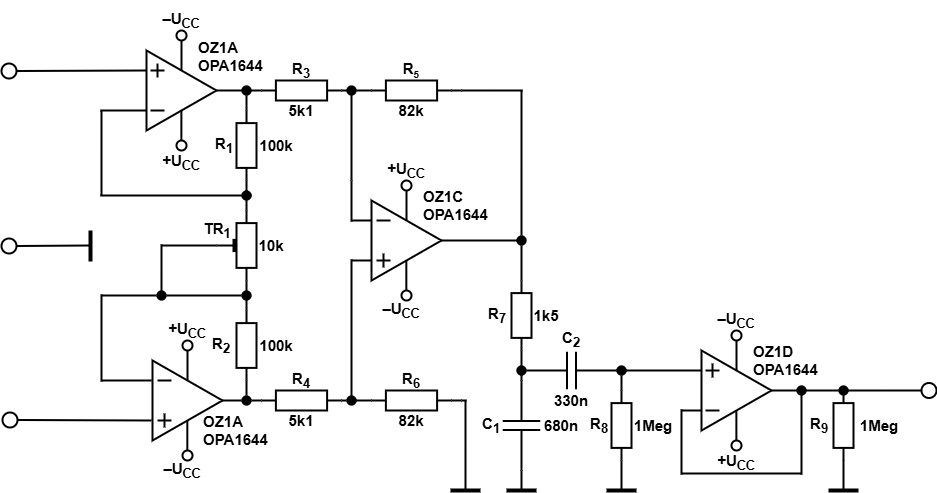
MarosFandel/Digital-elektronics-1 keeps this draw.io diagram as Untitled Diagram.drawio.png. Above is the earlier version. Source tidied: cells renumbered, new cells last; positions are measured from the earlier drawing's top-left corner, leaving out a move shared by most shapes.
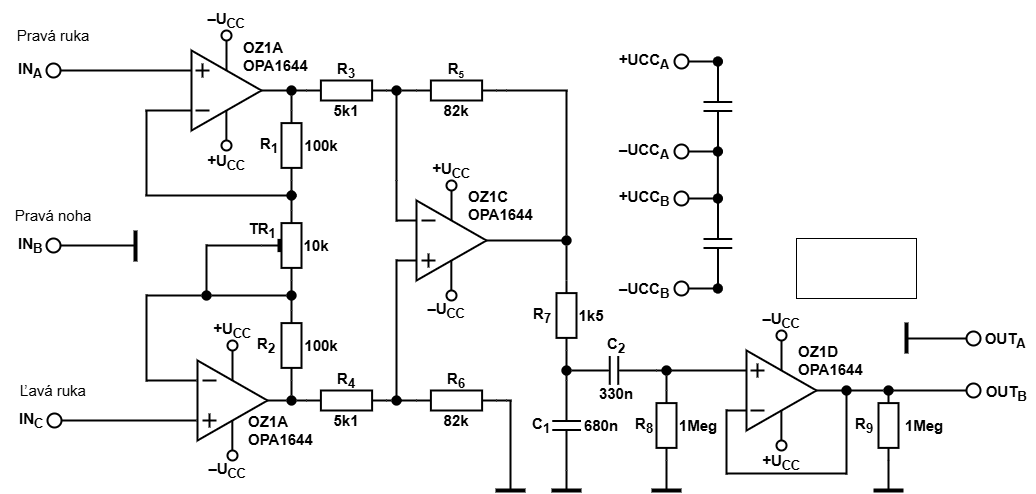
Later version of the same file.

Diff of the diagram source:
```diff
@@ -112,13 +112,13 @@
       <mxGeometry x="270" y="405" width="60" height="30" as="geometry" />
     </mxCell>
     <mxCell id="29" style="ellipse;whiteSpace=wrap;html=1;strokeWidth=2;perimeterSpacing=0;" parent="1" vertex="1">
-      <mxGeometry y="63" width="15" height="15" as="geometry" />
+      <mxGeometry y="63" width="14" height="14" as="geometry" />
     </mxCell>
     <mxCell id="30" style="endArrow=none;html=1;rounded=0;entryX=0;entryY=0.25;entryDx=0;entryDy=0;exitX=1;exitY=0.5;exitDx=0;exitDy=0;strokeWidth=2;" parent="1" edge="1" source="29" target="38">
       <mxGeometry relative="1" as="geometry" />
     </mxCell>
     <mxCell id="31" style="ellipse;whiteSpace=wrap;html=1;strokeWidth=2;" parent="1" vertex="1">
-      <mxGeometry x="1" y="412" width="15" height="15" as="geometry" />
+      <mxGeometry x="1" y="413" width="14" height="14" as="geometry" />
     </mxCell>
     <mxCell id="32" style="endArrow=none;html=1;rounded=0;entryX=0;entryY=0.75;entryDx=0;entryDy=0;exitX=1;exitY=0.5;exitDx=0;exitDy=0;strokeWidth=2;" parent="1" edge="1" source="31">
       <mxGeometry relative="1" as="geometry">
@@ -126,7 +126,7 @@
       </mxGeometry>
     </mxCell>
     <mxCell id="33" style="ellipse;whiteSpace=wrap;html=1;strokeWidth=2;" parent="1" vertex="1">
-      <mxGeometry y="238" width="15" height="15" as="geometry" />
+      <mxGeometry y="238" width="14" height="14" as="geometry" />
     </mxCell>
     <mxCell id="34" style="endArrow=none;html=1;rounded=0;entryX=1;entryY=0.5;entryDx=0;entryDy=0;strokeWidth=2;" parent="1" edge="1" target="33">
       <mxGeometry relative="1" as="geometry">
@@ -503,7 +503,7 @@
       <mxGeometry x="52" y="20" width="60" height="30" as="geometry" />
     </mxCell>
     <mxCell id="122" style="group;" parent="1" vertex="1">
-      <mxGeometry x="468" y="280" width="112" height="70" as="geometry" />
+      <mxGeometry x="468" y="280" width="132" height="80" as="geometry" />
     </mxCell>
     <mxCell id="123" style="verticalLabelPosition=bottom;shadow=0;dashed=0;align=center;html=1;verticalAlign=top;shape=mxgraph.electrical.resistors.resistor_1;direction=south;strokeWidth=2;" parent="122" vertex="1">
       <mxGeometry x="42" width="20" height="70" as="geometry" />
@@ -514,13 +514,16 @@
     <mxCell id="125" value="&lt;b&gt;&lt;font style=&quot;font-size: 15px;&quot;&gt;1k5&lt;/font&gt;&lt;/b&gt;" style="text;html=1;align=center;verticalAlign=middle;whiteSpace=wrap;rounded=0;" parent="122" vertex="1">
       <mxGeometry x="47" y="20" width="60" height="30" as="geometry" />
     </mxCell>
+    <mxCell id="176" value="&lt;font style=&quot;font-size: 15px;&quot;&gt;&lt;b&gt;C&lt;sub style=&quot;&quot;&gt;2&lt;/sub&gt;&lt;/b&gt;&lt;/font&gt;" style="text;html=1;align=center;verticalAlign=middle;whiteSpace=wrap;rounded=0;" parent="122" vertex="1">
+      <mxGeometry x="72" y="50" width="60" height="30" as="geometry" />
+    </mxCell>
     <mxCell id="126" style="endArrow=none;html=1;rounded=0;exitX=0.5;exitY=0;exitDx=0;exitDy=0;strokeWidth=2;" parent="1" edge="1" source="132">
       <mxGeometry relative="1" as="geometry">
         <mxPoint x="520" y="90" as="targetPoint" />
       </mxGeometry>
     </mxCell>
     <mxCell id="127" style="verticalLabelPosition=bottom;shadow=0;dashed=0;align=center;html=1;verticalAlign=top;shape=mxgraph.electrical.capacitors.capacitor_1;strokeWidth=2;direction=south;" parent="1" vertex="1">
-      <mxGeometry x="501.2" y="380" width="37.5" height="90" as="geometry" />
+      <mxGeometry x="505.6" y="380" width="28.8" height="90" as="geometry" />
     </mxCell>
     <mxCell id="128" style="endArrow=none;html=1;rounded=0;entryX=1;entryY=0.5;entryDx=0;entryDy=0;entryPerimeter=0;strokeWidth=2;exitX=0.5;exitY=1;exitDx=0;exitDy=0;" parent="1" edge="1" source="134" target="123">
       <mxGeometry relative="1" as="geometry" />
@@ -549,13 +552,13 @@
       <mxGeometry x="515" y="365" width="10" height="10" as="geometry" />
     </mxCell>
     <mxCell id="135" value="&lt;b&gt;&lt;font style=&quot;font-size: 15px;&quot;&gt;C&lt;sub&gt;1&lt;/sub&gt;&lt;/font&gt;&lt;/b&gt;" style="text;html=1;align=center;verticalAlign=middle;whiteSpace=wrap;rounded=0;" parent="1" vertex="1">
-      <mxGeometry x="460" y="410" width="60" height="30" as="geometry" />
+      <mxGeometry x="465" y="410" width="60" height="30" as="geometry" />
     </mxCell>
     <mxCell id="136" value="&lt;b&gt;&lt;font style=&quot;font-size: 15px;&quot;&gt;680n&lt;/font&gt;&lt;/b&gt;" style="text;html=1;align=center;verticalAlign=middle;whiteSpace=wrap;rounded=0;" parent="1" vertex="1">
-      <mxGeometry x="530" y="410" width="60" height="30" as="geometry" />
+      <mxGeometry x="525" y="410" width="60" height="30" as="geometry" />
     </mxCell>
     <mxCell id="137" style="verticalLabelPosition=bottom;shadow=0;dashed=0;align=center;html=1;verticalAlign=top;shape=mxgraph.electrical.capacitors.capacitor_1;strokeWidth=2;direction=west;" parent="1" vertex="1">
-      <mxGeometry x="525" y="351.2" width="90" height="37.5" as="geometry" />
+      <mxGeometry x="525" y="355.6" width="85" height="28.8" as="geometry" />
     </mxCell>
     <mxCell id="138" style="ellipse;fillColor=strokeColor;html=1;strokeWidth=0;" parent="1" vertex="1">
       <mxGeometry x="615" y="365" width="10" height="10" as="geometry" />
@@ -716,17 +719,124 @@
     <mxCell id="175" style="ellipse;fillColor=strokeColor;html=1;strokeWidth=0;" parent="1" vertex="1">
       <mxGeometry x="795" y="385" width="10" height="10" as="geometry" />
     </mxCell>
-    <mxCell id="176" value="&lt;font style=&quot;font-size: 15px;&quot;&gt;&lt;b&gt;C&lt;sub style=&quot;&quot;&gt;2&lt;/sub&gt;&lt;/b&gt;&lt;/font&gt;" style="text;html=1;align=center;verticalAlign=middle;whiteSpace=wrap;rounded=0;" parent="1" vertex="1">
-      <mxGeometry x="540" y="324" width="60" height="30" as="geometry" />
-    </mxCell>
     <mxCell id="177" value="&lt;b&gt;&lt;font style=&quot;font-size: 15px;&quot;&gt;330n&lt;/font&gt;&lt;/b&gt;" style="text;html=1;align=center;verticalAlign=middle;whiteSpace=wrap;rounded=0;" parent="1" vertex="1">
-      <mxGeometry x="540" y="385" width="60" height="30" as="geometry" />
+      <mxGeometry x="540" y="378" width="60" height="30" as="geometry" />
     </mxCell>
     <mxCell id="178" style="ellipse;whiteSpace=wrap;html=1;strokeWidth=2;" parent="1" vertex="1">
-      <mxGeometry x="920" y="382.5" width="15" height="15" as="geometry" />
+      <mxGeometry x="920" y="383" width="14" height="14" as="geometry" />
     </mxCell>
     <mxCell id="179" style="endArrow=none;html=1;rounded=0;entryX=0;entryY=0.5;entryDx=0;entryDy=0;exitX=1;exitY=0.5;exitDx=0;exitDy=0;fontSize=11;spacing=14;strokeWidth=2;" parent="1" edge="1" source="172" target="178">
       <mxGeometry relative="1" as="geometry" />
     </mxCell>
+    <mxCell id="180" value="&lt;font style=&quot;font-size: 15px;&quot;&gt;&lt;b&gt;OUT&lt;sub&gt;B&lt;/sub&gt;&lt;/b&gt;&lt;/font&gt;" style="text;html=1;align=center;verticalAlign=middle;whiteSpace=wrap;rounded=0;" parent="1" vertex="1">
+      <mxGeometry x="930" y="378" width="60" height="30" as="geometry" />
+    </mxCell>
+    <mxCell id="181" style="endArrow=none;html=1;rounded=0;strokeWidth=4;" parent="1" edge="1">
+      <mxGeometry relative="1" as="geometry">
+        <mxPoint x="860" y="353" as="sourcePoint" />
+        <mxPoint x="860" y="322" as="targetPoint" />
+      </mxGeometry>
+    </mxCell>
+    <mxCell id="182" style="endArrow=none;html=1;rounded=0;entryX=0;entryY=0.5;entryDx=0;entryDy=0;strokeWidth=2;" parent="1" edge="1" target="190">
+      <mxGeometry relative="1" as="geometry">
+        <mxPoint x="860" y="338" as="sourcePoint" />
+      </mxGeometry>
+    </mxCell>
+    <mxCell id="183" value="&lt;span style=&quot;font-size: 15px;&quot;&gt;&lt;b&gt;IN&lt;sub&gt;A&lt;/sub&gt;&lt;/b&gt;&lt;/span&gt;" style="text;html=1;align=center;verticalAlign=middle;whiteSpace=wrap;rounded=0;" parent="1" vertex="1">
+      <mxGeometry x="-46" y="55" width="60" height="30" as="geometry" />
+    </mxCell>
+    <mxCell id="184" value="&lt;span style=&quot;font-size: 15px;&quot;&gt;&lt;b&gt;IN&lt;sub&gt;B&lt;/sub&gt;&lt;/b&gt;&lt;/span&gt;" style="text;html=1;align=center;verticalAlign=middle;whiteSpace=wrap;rounded=0;" parent="1" vertex="1">
+      <mxGeometry x="-46" y="230" width="60" height="30" as="geometry" />
+    </mxCell>
+    <mxCell id="185" value="&lt;span style=&quot;font-size: 15px;&quot;&gt;&lt;b&gt;IN&lt;sub&gt;C&lt;/sub&gt;&lt;/b&gt;&lt;/span&gt;" style="text;html=1;align=center;verticalAlign=middle;whiteSpace=wrap;rounded=0;" parent="1" vertex="1">
+      <mxGeometry x="-45" y="405" width="60" height="30" as="geometry" />
+    </mxCell>
+    <mxCell id="186" value="&lt;font style=&quot;font-size: 15px;&quot;&gt;Pravá&amp;nbsp;&lt;/font&gt;&lt;span style=&quot;font-size: 15px; background-color: transparent; color: light-dark(rgb(0, 0, 0), rgb(255, 255, 255));&quot;&gt;ruka&lt;/span&gt;" style="text;html=1;align=center;verticalAlign=middle;whiteSpace=wrap;rounded=0;" parent="1" vertex="1">
+      <mxGeometry x="-34" y="20" width="82" height="30" as="geometry" />
+    </mxCell>
+    <mxCell id="187" value="&lt;font style=&quot;font-size: 15px;&quot;&gt;Pravá noha&lt;/font&gt;" style="text;html=1;align=center;verticalAlign=middle;whiteSpace=wrap;rounded=0;" parent="1" vertex="1">
+      <mxGeometry x="-34" y="200" width="82" height="30" as="geometry" />
+    </mxCell>
+    <mxCell id="188" value="&lt;font style=&quot;font-size: 15px;&quot;&gt;Ľavá&amp;nbsp;&lt;/font&gt;&lt;span style=&quot;font-size: 15px; background-color: transparent; color: light-dark(rgb(0, 0, 0), rgb(255, 255, 255));&quot;&gt;ruka&lt;/span&gt;" style="text;html=1;align=center;verticalAlign=middle;whiteSpace=wrap;rounded=0;" parent="1" vertex="1">
+      <mxGeometry x="-34" y="375" width="82" height="30" as="geometry" />
+    </mxCell>
+    <mxCell id="189" style="group;" parent="1" vertex="1">
+      <mxGeometry x="920" y="325" width="69" height="30" as="geometry" />
+    </mxCell>
+    <mxCell id="190" style="ellipse;whiteSpace=wrap;html=1;strokeWidth=2;" parent="189" vertex="1">
+      <mxGeometry y="6" width="14" height="14" as="geometry" />
+    </mxCell>
+    <mxCell id="191" value="&lt;font style=&quot;font-size: 15px;&quot;&gt;&lt;b&gt;OUT&lt;sub&gt;A&lt;/sub&gt;&lt;/b&gt;&lt;/font&gt;" style="text;html=1;align=center;verticalAlign=middle;whiteSpace=wrap;rounded=0;" parent="189" vertex="1">
+      <mxGeometry x="9" width="60" height="30" as="geometry" />
+    </mxCell>
+    <mxCell id="192" style="ellipse;whiteSpace=wrap;html=1;strokeWidth=2;" parent="1" vertex="1">
+      <mxGeometry x="628" y="54" width="14" height="14" as="geometry" />
+    </mxCell>
+    <mxCell id="193" value="&lt;span style=&quot;font-size: 15px;&quot;&gt;&lt;b&gt;+UCC&lt;sub&gt;A&lt;/sub&gt;&lt;/b&gt;&lt;/span&gt;" style="text;html=1;align=center;verticalAlign=middle;whiteSpace=wrap;rounded=0;" parent="1" vertex="1">
+      <mxGeometry x="568" y="46" width="60" height="30" as="geometry" />
+    </mxCell>
+    <mxCell id="194" style="ellipse;whiteSpace=wrap;html=1;strokeWidth=2;" parent="1" vertex="1">
+      <mxGeometry x="628" y="144" width="14" height="14" as="geometry" />
+    </mxCell>
+    <mxCell id="195" value="&lt;b style=&quot;font-size: 15px;&quot;&gt;–&lt;/b&gt;&lt;span style=&quot;font-size: 15px;&quot;&gt;&lt;b&gt;UCC&lt;sub&gt;A&lt;/sub&gt;&lt;/b&gt;&lt;/span&gt;" style="text;html=1;align=center;verticalAlign=middle;whiteSpace=wrap;rounded=0;" parent="1" vertex="1">
+      <mxGeometry x="568" y="136" width="60" height="30" as="geometry" />
+    </mxCell>
+    <mxCell id="196" style="verticalLabelPosition=bottom;shadow=0;dashed=0;align=center;html=1;verticalAlign=top;shape=mxgraph.electrical.capacitors.capacitor_1;strokeWidth=2;direction=south;" parent="1" vertex="1">
+      <mxGeometry x="657" y="61" width="28.8" height="90" as="geometry" />
+    </mxCell>
+    <mxCell id="197" style="endArrow=none;html=1;rounded=0;exitX=1;exitY=0.5;exitDx=0;exitDy=0;strokeWidth=2;entryX=0;entryY=0.5;entryDx=0;entryDy=0;entryPerimeter=0;" parent="1" edge="1" source="213" target="196">
+      <mxGeometry relative="1" as="geometry" />
+    </mxCell>
+    <mxCell id="198" style="endArrow=none;html=1;rounded=0;entryX=1;entryY=0.5;entryDx=0;entryDy=0;entryPerimeter=0;exitX=1;exitY=0.5;exitDx=0;exitDy=0;strokeWidth=2;" parent="1" edge="1" source="211" target="196">
+      <mxGeometry relative="1" as="geometry" />
+    </mxCell>
+    <mxCell id="199" style="ellipse;whiteSpace=wrap;html=1;strokeWidth=2;" parent="1" vertex="1">
+      <mxGeometry x="628" y="191" width="14" height="14" as="geometry" />
+    </mxCell>
+    <mxCell id="200" value="&lt;span style=&quot;font-size: 15px;&quot;&gt;&lt;b&gt;+UCC&lt;sub&gt;B&lt;/sub&gt;&lt;/b&gt;&lt;/span&gt;" style="text;html=1;align=center;verticalAlign=middle;whiteSpace=wrap;rounded=0;" parent="1" vertex="1">
+      <mxGeometry x="568" y="183" width="60" height="30" as="geometry" />
+    </mxCell>
+    <mxCell id="201" style="ellipse;whiteSpace=wrap;html=1;strokeWidth=2;" parent="1" vertex="1">
+      <mxGeometry x="628" y="281" width="14" height="14" as="geometry" />
+    </mxCell>
+    <mxCell id="202" value="&lt;b style=&quot;font-size: 15px;&quot;&gt;–&lt;/b&gt;&lt;span style=&quot;font-size: 15px;&quot;&gt;&lt;b&gt;UCC&lt;sub&gt;B&lt;/sub&gt;&lt;/b&gt;&lt;/span&gt;" style="text;html=1;align=center;verticalAlign=middle;whiteSpace=wrap;rounded=0;" parent="1" vertex="1">
+      <mxGeometry x="568" y="275" width="60" height="30" as="geometry" />
+    </mxCell>
+    <mxCell id="203" style="verticalLabelPosition=bottom;shadow=0;dashed=0;align=center;html=1;verticalAlign=top;shape=mxgraph.electrical.capacitors.capacitor_1;strokeWidth=2;direction=south;" parent="1" vertex="1">
+      <mxGeometry x="657" y="198" width="28.8" height="90" as="geometry" />
+    </mxCell>
+    <mxCell id="204" style="endArrow=none;html=1;rounded=0;exitX=1;exitY=0.5;exitDx=0;exitDy=0;strokeWidth=2;entryX=0;entryY=0.5;entryDx=0;entryDy=0;entryPerimeter=0;" parent="1" edge="1" source="208" target="203">
+      <mxGeometry relative="1" as="geometry" />
+    </mxCell>
+    <mxCell id="205" style="endArrow=none;html=1;rounded=0;entryX=1;entryY=0.5;entryDx=0;entryDy=0;entryPerimeter=0;exitX=1;exitY=0.5;exitDx=0;exitDy=0;strokeWidth=2;" parent="1" edge="1" source="201" target="203">
+      <mxGeometry relative="1" as="geometry" />
+    </mxCell>
+    <mxCell id="206" style="endArrow=none;html=1;rounded=0;entryX=1;entryY=0.5;entryDx=0;entryDy=0;entryPerimeter=0;exitX=0;exitY=0.5;exitDx=0;exitDy=0;exitPerimeter=0;strokeWidth=2;" parent="1" edge="1" source="203" target="196">
+      <mxGeometry relative="1" as="geometry" />
+    </mxCell>
+    <mxCell id="207" style="endArrow=none;html=1;rounded=0;exitX=1;exitY=0.5;exitDx=0;exitDy=0;strokeWidth=2;entryX=0;entryY=0.5;entryDx=0;entryDy=0;entryPerimeter=0;" parent="1" edge="1" source="199" target="208">
+      <mxGeometry relative="1" as="geometry" />
+    </mxCell>
+    <mxCell id="208" style="ellipse;fillColor=strokeColor;html=1;strokeWidth=0;" parent="1" vertex="1">
+      <mxGeometry x="666.4" y="193" width="10" height="10" as="geometry" />
+    </mxCell>
+    <mxCell id="209" style="ellipse;fillColor=strokeColor;html=1;strokeWidth=0;" parent="1" vertex="1">
+      <mxGeometry x="666.4" y="283" width="10" height="10" as="geometry" />
+    </mxCell>
+    <mxCell id="210" style="endArrow=none;html=1;rounded=0;entryX=1;entryY=0.5;entryDx=0;entryDy=0;entryPerimeter=0;exitX=1;exitY=0.5;exitDx=0;exitDy=0;strokeWidth=2;" parent="1" edge="1" source="194" target="211">
+      <mxGeometry relative="1" as="geometry" />
+    </mxCell>
+    <mxCell id="211" style="ellipse;fillColor=strokeColor;html=1;strokeWidth=0;" parent="1" vertex="1">
+      <mxGeometry x="666.4" y="146" width="10" height="10" as="geometry" />
+    </mxCell>
+    <mxCell id="212" style="endArrow=none;html=1;rounded=0;exitX=1;exitY=0.5;exitDx=0;exitDy=0;strokeWidth=2;entryX=0;entryY=0.5;entryDx=0;entryDy=0;entryPerimeter=0;" parent="1" edge="1" source="192" target="213">
+      <mxGeometry relative="1" as="geometry" />
+    </mxCell>
+    <mxCell id="213" style="ellipse;fillColor=strokeColor;html=1;strokeWidth=0;" parent="1" vertex="1">
+      <mxGeometry x="666.4" y="56" width="10" height="10" as="geometry" />
+    </mxCell>
+    <mxCell id="214" style="rounded=0;whiteSpace=wrap;html=1;" parent="1" vertex="1">
+      <mxGeometry x="750" y="238" width="120" height="60" as="geometry" />
+    </mxCell>
   </root>
 </mxGraphModel>
```
